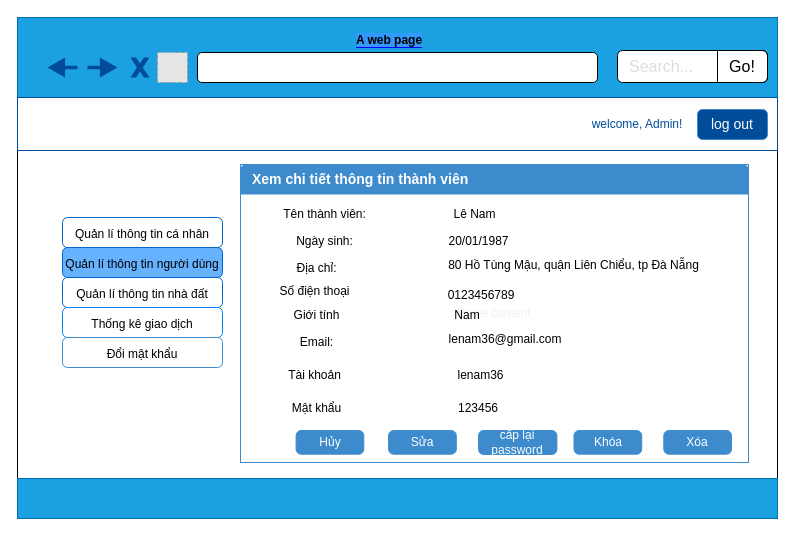
Above: XemChiTietThanhVien.drawio in tramtruong98/use_case_diagram (draw.io), before the change. Source tidied: cells renumbered, new cells numbered last; positions are measured from the earlier drawing's top-left corner, leaving out a move shared by most shapes. Both pictures are drawn from the tidied source at 100%, with x=0, y=0 at pixel (17, 17). Pictures stored in the file or linked from it are replaced by grey dashed boxes.
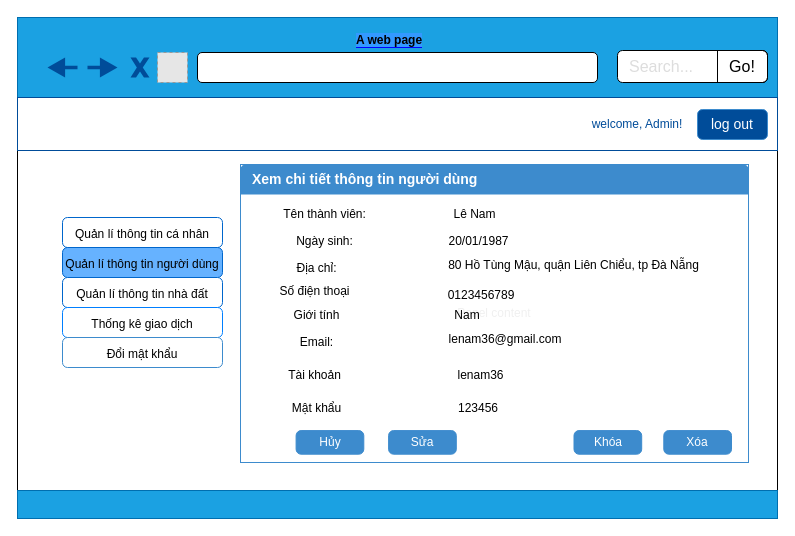
After the change.

Unchanged cells that the change refers to:
```xml
<mxCell id="16" value="Panel content" style="text;html=1;strokeColor=#3D8BCD;fillColor=#ffffff;align=center;verticalAlign=middle;whiteSpace=wrap;rounded=0;shadow=0;dashed=0;fontFamily=Helvetica;fontSize=12;fontColor=#f0f0f0;" parent="1" vertex="1">
  <mxGeometry x="223" y="147" width="508" height="298" as="geometry" />
</mxCell>
```

The edit, as a diff of the source:
```diff
@@
     <mxCell id="4" style="rounded=0;whiteSpace=wrap;html=1;fillColor=#1ba1e2;strokeColor=#006EAF;fontColor=#ffffff;" parent="1" vertex="1">
-      <mxGeometry y="461" width="760" height="40" as="geometry" />
+      <mxGeometry y="473" width="760" height="28" as="geometry" />
     </mxCell>
@@
-    <mxCell id="17" value="Xem chi tiết thông tin thành viên" style="html=1;shadow=0;dashed=0;shape=mxgraph.bootstrap.topButton;rSize=5;strokeColor=none;fillColor=#3D8BCD;fontColor=#ffffff;fontSize=14;fontStyle=1;align=left;spacingLeft=10;whiteSpace=wrap;" parent="16" vertex="1">
+    <mxCell id="17" value="Xem chi tiết thông tin người dùng" style="html=1;shadow=0;dashed=0;shape=mxgraph.bootstrap.topButton;rSize=5;strokeColor=none;fillColor=#3D8BCD;fontColor=#ffffff;fontSize=14;fontStyle=1;align=left;spacingLeft=10;whiteSpace=wrap;" parent="16" vertex="1">
       <mxGeometry width="508" height="30" relative="1" as="geometry" />
     </mxCell>
@@
-    <mxCell id="38" value="cấp lại password" style="html=1;shadow=0;dashed=0;shape=mxgraph.bootstrap.rrect;rSize=5;fillColor=#3D8BCD;align=center;strokeColor=#3D8BCD;fontColor=#ffffff;fontSize=12;whiteSpace=wrap;" parent="16" vertex="1">
-      <mxGeometry x="238.1" y="266" width="78.3" height="24" as="geometry" />
-    </mxCell>
```
